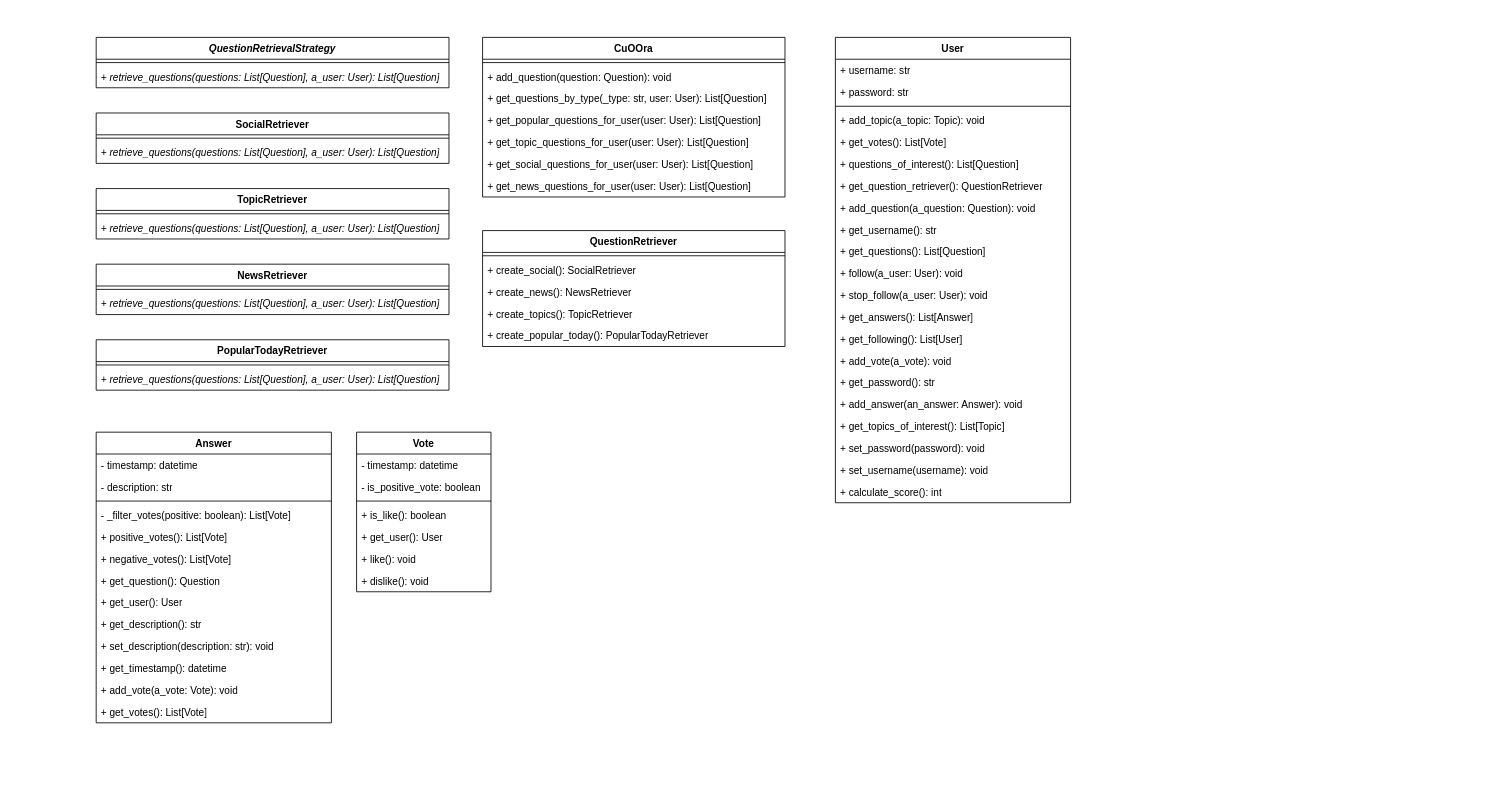
josemicode/boletines-modsis keeps this draw.io diagram as practica3/Practica3.drawio. Above is the earlier version. Source tidied: cells renumbered, new cells numbered last; positions are measured from the earlier drawing's top-left corner, leaving out a move shared by most shapes. Both pictures are drawn from the tidied source at 84%, with x=0, y=0 at pixel (96, 37).
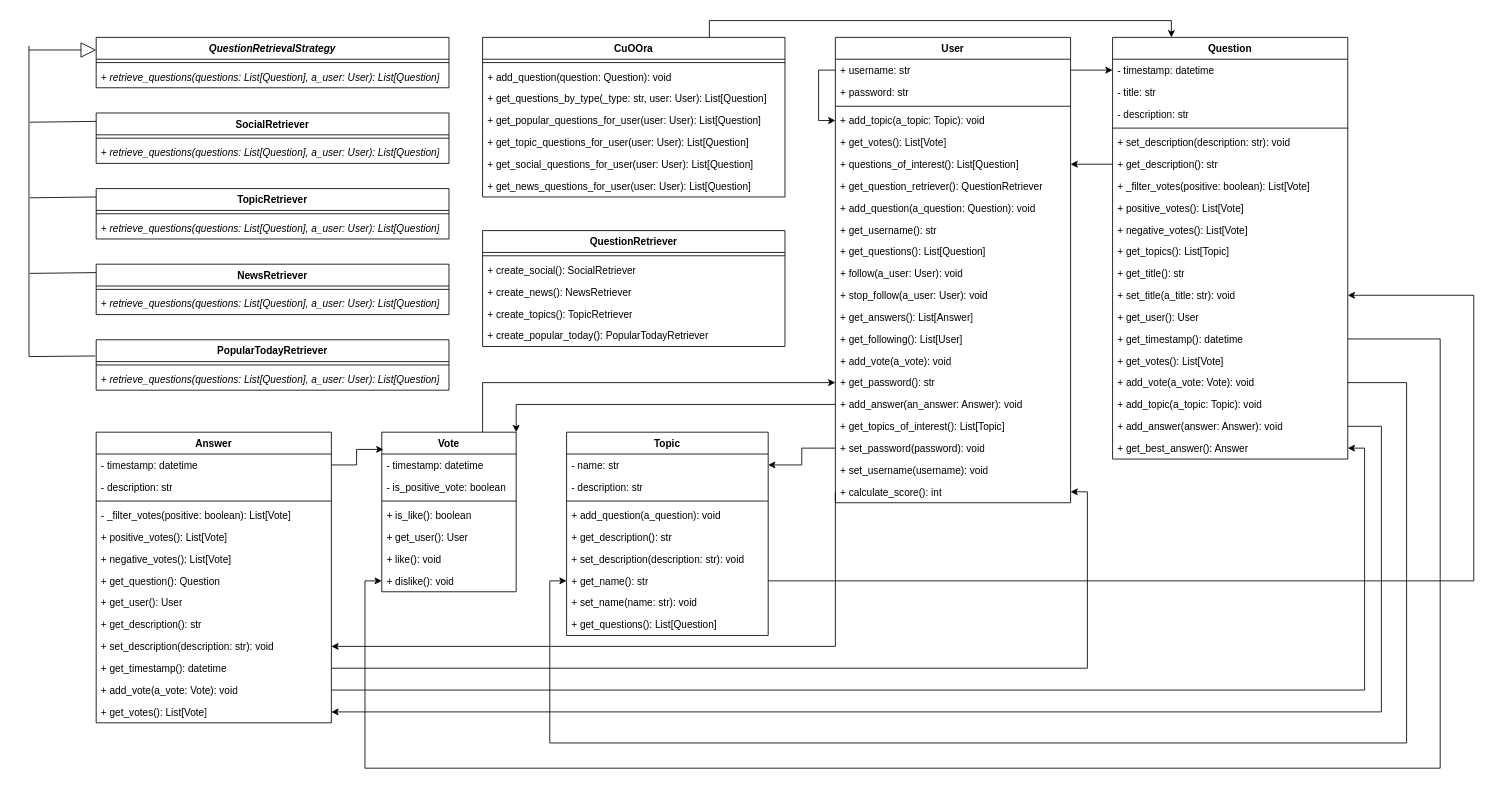
The same page after the edit.

The change refers to these unchanged cells:
```xml
<mxCell id="2" value="CuOOra" style="swimlane;fontStyle=1;align=center;verticalAlign=top;horizontal=1;startSize=26;whiteSpace=wrap;html=1;" parent="1" vertex="1">
  <mxGeometry x="460" width="360" height="190" as="geometry" />
</mxCell>
<mxCell id="10" value="&lt;i&gt;QuestionRetrievalStrategy&lt;/i&gt;" style="swimlane;fontStyle=1;align=center;verticalAlign=top;horizontal=1;startSize=26;whiteSpace=wrap;html=1;" parent="1" vertex="1">
  <mxGeometry width="420" height="60" as="geometry" />
</mxCell>
<mxCell id="22" value="PopularTodayRetriever" style="swimlane;fontStyle=1;align=center;verticalAlign=top;horizontal=1;startSize=26;whiteSpace=wrap;html=1;" parent="1" vertex="1">
  <mxGeometry y="360" width="420" height="60" as="geometry" />
</mxCell>
<mxCell id="32" value="- timestamp: datetime" style="text;strokeColor=none;fillColor=none;align=left;verticalAlign=top;spacingLeft=4;spacingRight=4;overflow=hidden;points=[[0,0.5],[1,0.5]];portConstraint=eastwest;whiteSpace=wrap;html=1;" parent="31" vertex="1">
  <mxGeometry y="26" width="280" height="26" as="geometry" />
</mxCell>
<mxCell id="41" value="+ set_description(description: str): void" style="text;strokeColor=none;fillColor=none;align=left;verticalAlign=top;spacingLeft=4;spacingRight=4;overflow=hidden;points=[[0,0.5],[1,0.5]];portConstraint=eastwest;whiteSpace=wrap;html=1;" parent="31" vertex="1">
  <mxGeometry y="242" width="280" height="26" as="geometry" />
</mxCell>
<mxCell id="42" value="+ get_timestamp(): datetime" style="text;strokeColor=none;fillColor=none;align=left;verticalAlign=top;spacingLeft=4;spacingRight=4;overflow=hidden;points=[[0,0.5],[1,0.5]];portConstraint=eastwest;whiteSpace=wrap;html=1;" parent="31" vertex="1">
  <mxGeometry y="268" width="280" height="26" as="geometry" />
</mxCell>
<mxCell id="43" value="+ add_vote(a_vote: Vote): void" style="text;strokeColor=none;fillColor=none;align=left;verticalAlign=top;spacingLeft=4;spacingRight=4;overflow=hidden;points=[[0,0.5],[1,0.5]];portConstraint=eastwest;whiteSpace=wrap;html=1;" parent="31" vertex="1">
  <mxGeometry y="294" width="280" height="26" as="geometry" />
</mxCell>
<mxCell id="44" value="+ get_votes(): List[Vote]" style="text;strokeColor=none;fillColor=none;align=left;verticalAlign=top;spacingLeft=4;spacingRight=4;overflow=hidden;points=[[0,0.5],[1,0.5]];portConstraint=eastwest;whiteSpace=wrap;html=1;" parent="31" vertex="1">
  <mxGeometry y="320" width="280" height="26" as="geometry" />
</mxCell>
<mxCell id="45" value="User" style="swimlane;fontStyle=1;align=center;verticalAlign=top;horizontal=1;startSize=26;whiteSpace=wrap;html=1;" parent="1" vertex="1">
  <mxGeometry x="880" width="280" height="554" as="geometry" />
</mxCell>
<mxCell id="46" value="+ username: str" style="text;strokeColor=none;fillColor=none;align=left;verticalAlign=top;spacingLeft=4;spacingRight=4;overflow=hidden;points=[[0,0.5],[1,0.5]];portConstraint=eastwest;whiteSpace=wrap;html=1;" parent="45" vertex="1">
  <mxGeometry y="26" width="280" height="26" as="geometry" />
</mxCell>
<mxCell id="49" value="+&amp;nbsp;add_topic(a_topic: Topic): void" style="text;strokeColor=none;fillColor=none;align=left;verticalAlign=top;spacingLeft=4;spacingRight=4;overflow=hidden;points=[[0,0.5],[1,0.5]];portConstraint=eastwest;whiteSpace=wrap;html=1;" parent="45" vertex="1">
  <mxGeometry y="86" width="280" height="26" as="geometry" />
</mxCell>
<mxCell id="51" value="+&amp;nbsp;questions_of_interest(): List[Question]" style="text;strokeColor=none;fillColor=none;align=left;verticalAlign=top;spacingLeft=4;spacingRight=4;overflow=hidden;points=[[0,0.5],[1,0.5]];portConstraint=eastwest;whiteSpace=wrap;html=1;" parent="45" vertex="1">
  <mxGeometry y="138" width="280" height="26" as="geometry" />
</mxCell>
<mxCell id="61" value="+ get_password(): str" style="text;strokeColor=none;fillColor=none;align=left;verticalAlign=top;spacingLeft=4;spacingRight=4;overflow=hidden;points=[[0,0.5],[1,0.5]];portConstraint=eastwest;whiteSpace=wrap;html=1;" parent="45" vertex="1">
  <mxGeometry y="398" width="280" height="26" as="geometry" />
</mxCell>
<mxCell id="62" value="+&amp;nbsp;add_answer(an_answer: Answer): void" style="text;strokeColor=none;fillColor=none;align=left;verticalAlign=top;spacingLeft=4;spacingRight=4;overflow=hidden;points=[[0,0.5],[1,0.5]];portConstraint=eastwest;whiteSpace=wrap;html=1;" parent="45" vertex="1">
  <mxGeometry y="424" width="280" height="26" as="geometry" />
</mxCell>
<mxCell id="64" value="+&amp;nbsp;set_password(password): void" style="text;strokeColor=none;fillColor=none;align=left;verticalAlign=top;spacingLeft=4;spacingRight=4;overflow=hidden;points=[[0,0.5],[1,0.5]];portConstraint=eastwest;whiteSpace=wrap;html=1;" parent="45" vertex="1">
  <mxGeometry y="476" width="280" height="26" as="geometry" />
</mxCell>
<mxCell id="66" value="+&amp;nbsp;calculate_score(): int" style="text;strokeColor=none;fillColor=none;align=left;verticalAlign=top;spacingLeft=4;spacingRight=4;overflow=hidden;points=[[0,0.5],[1,0.5]];portConstraint=eastwest;whiteSpace=wrap;html=1;" parent="45" vertex="1">
  <mxGeometry y="528" width="280" height="26" as="geometry" />
</mxCell>
<mxCell id="74" value="+ dislike(): void" style="text;strokeColor=none;fillColor=none;align=left;verticalAlign=top;spacingLeft=4;spacingRight=4;overflow=hidden;points=[[0,0.5],[1,0.5]];portConstraint=eastwest;whiteSpace=wrap;html=1;" parent="67" vertex="1">
  <mxGeometry y="164" width="160" height="26" as="geometry" />
</mxCell>
```

What changed in the source:
```diff
@@
+    <mxCell id="75" style="edgeStyle=orthogonalEdgeStyle;rounded=0;jettySize=auto;html=1;exitX=0.75;exitY=0;exitDx=0;exitDy=0;entryX=0.25;entryY=0;entryDx=0;entryDy=0;" parent="1" edge="1" source="2" target="78">
+      <mxGeometry relative="1" as="geometry" />
+    </mxCell>
@@
+    <mxCell id="76" style="edgeStyle=orthogonalEdgeStyle;rounded=0;jettySize=auto;html=1;exitX=0;exitY=0.5;exitDx=0;exitDy=0;entryX=0;entryY=0.5;entryDx=0;entryDy=0;" parent="45" edge="1" source="46" target="49">
+      <mxGeometry relative="1" as="geometry" />
+    </mxCell>
@@
+    <mxCell id="77" style="edgeStyle=orthogonalEdgeStyle;rounded=0;jettySize=auto;html=1;exitX=0.75;exitY=0;exitDx=0;exitDy=0;entryX=0;entryY=0.5;entryDx=0;entryDy=0;" parent="1" edge="1" source="67" target="61">
+      <mxGeometry relative="1" as="geometry" />
+    </mxCell>
     <mxCell id="67" value="Vote" style="swimlane;fontStyle=1;align=center;verticalAlign=top;horizontal=1;startSize=26;whiteSpace=wrap;html=1;" parent="1" vertex="1">
-      <mxGeometry x="310" y="470" width="160" height="190" as="geometry" />
+      <mxGeometry x="340" y="470" width="160" height="190" as="geometry" />
     </mxCell>
@@
+    <mxCell id="78" value="Question" style="swimlane;fontStyle=1;align=center;verticalAlign=top;horizontal=1;startSize=26;whiteSpace=wrap;html=1;" parent="1" vertex="1">
+      <mxGeometry x="1210" width="280" height="502" as="geometry" />
+    </mxCell>
+    <mxCell id="79" value="- timestamp: datetime" style="text;strokeColor=none;fillColor=none;align=left;verticalAlign=top;spacingLeft=4;spacingRight=4;overflow=hidden;points=[[0,0.5],[1,0.5]];portConstraint=eastwest;whiteSpace=wrap;html=1;" parent="78" vertex="1">
+      <mxGeometry y="26" width="280" height="26" as="geometry" />
+    </mxCell>
+    <mxCell id="80" value="- title: str" style="text;strokeColor=none;fillColor=none;align=left;verticalAlign=top;spacingLeft=4;spacingRight=4;overflow=hidden;whiteSpace=wrap;html=1;" parent="78" vertex="1">
+      <mxGeometry y="52" width="280" height="26" as="geometry" />
+    </mxCell>
+    <mxCell id="81" value="- description: str" style="text;strokeColor=none;fillColor=none;align=left;verticalAlign=top;spacingLeft=4;spacingRight=4;overflow=hidden;whiteSpace=wrap;html=1;" parent="78" vertex="1">
+      <mxGeometry y="78" width="280" height="26" as="geometry" />
+    </mxCell>
+    <mxCell id="82" style="line;strokeWidth=1;fillColor=none;align=left;verticalAlign=middle;spacingTop=-1;spacingLeft=3;spacingRight=3;labelPosition=right;strokeColor=inherit;" parent="78" vertex="1">
+      <mxGeometry y="104" width="280" height="8" as="geometry" />
+    </mxCell>
+    <mxCell id="83" value="+&amp;nbsp;set_description(description: str): void" style="text;strokeColor=none;fillColor=none;align=left;verticalAlign=top;spacingLeft=4;spacingRight=4;overflow=hidden;whiteSpace=wrap;html=1;" parent="78" vertex="1">
+      <mxGeometry y="112" width="280" height="26" as="geometry" />
+    </mxCell>
+    <mxCell id="84" value="+&amp;nbsp;get_description(): str" style="text;strokeColor=none;fillColor=none;align=left;verticalAlign=top;spacingLeft=4;spacingRight=4;overflow=hidden;points=[[0,0.5],[1,0.5]];portConstraint=eastwest;whiteSpace=wrap;html=1;" parent="78" vertex="1">
+      <mxGeometry y="138" width="280" height="26" as="geometry" />
+    </mxCell>
+    <mxCell id="85" value="+&amp;nbsp;_filter_votes(positive: boolean): List[Vote]" style="text;strokeColor=none;fillColor=none;align=left;verticalAlign=top;spacingLeft=4;spacingRight=4;overflow=hidden;whiteSpace=wrap;html=1;" parent="78" vertex="1">
+      <mxGeometry y="164" width="280" height="26" as="geometry" />
+    </mxCell>
+    <mxCell id="86" value="+&amp;nbsp;positive_votes(): List[Vote]" style="text;strokeColor=none;fillColor=none;align=left;verticalAlign=top;spacingLeft=4;spacingRight=4;overflow=hidden;whiteSpace=wrap;html=1;" parent="78" vertex="1">
+      <mxGeometry y="190" width="280" height="26" as="geometry" />
+    </mxCell>
+    <mxCell id="87" value="+ negative_votes(): List[Vote]" style="text;strokeColor=none;fillColor=none;align=left;verticalAlign=top;spacingLeft=4;spacingRight=4;overflow=hidden;whiteSpace=wrap;html=1;" parent="78" vertex="1">
+      <mxGeometry y="216" width="280" height="26" as="geometry" />
+    </mxCell>
+    <mxCell id="88" value="+&amp;nbsp;get_topics(): List[Topic]" style="text;strokeColor=none;fillColor=none;align=left;verticalAlign=top;spacingLeft=4;spacingRight=4;overflow=hidden;whiteSpace=wrap;html=1;" parent="78" vertex="1">
+      <mxGeometry y="242" width="280" height="26" as="geometry" />
+    </mxCell>
+    <mxCell id="89" value="+ get_title(): str" style="text;strokeColor=none;fillColor=none;align=left;verticalAlign=top;spacingLeft=4;spacingRight=4;overflow=hidden;whiteSpace=wrap;html=1;" parent="78" vertex="1">
+      <mxGeometry y="268" width="280" height="26" as="geometry" />
+    </mxCell>
+    <mxCell id="90" value="+&amp;nbsp;set_title(a_title: str): void" style="text;strokeColor=none;fillColor=none;align=left;verticalAlign=top;spacingLeft=4;spacingRight=4;overflow=hidden;points=[[0,0.5],[1,0.5]];portConstraint=eastwest;whiteSpace=wrap;html=1;" parent="78" vertex="1">
+      <mxGeometry y="294" width="280" height="26" as="geometry" />
+    </mxCell>
+    <mxCell id="91" value="+ get_user(): User" style="text;strokeColor=none;fillColor=none;align=left;verticalAlign=top;spacingLeft=4;spacingRight=4;overflow=hidden;whiteSpace=wrap;html=1;" parent="78" vertex="1">
+      <mxGeometry y="320" width="280" height="26" as="geometry" />
+    </mxCell>
+    <mxCell id="92" value="+&amp;nbsp;get_timestamp(): datetime" style="text;strokeColor=none;fillColor=none;align=left;verticalAlign=top;spacingLeft=4;spacingRight=4;overflow=hidden;points=[[0,0.5],[1,0.5]];portConstraint=eastwest;whiteSpace=wrap;html=1;" parent="78" vertex="1">
+      <mxGeometry y="346" width="280" height="26" as="geometry" />
+    </mxCell>
+    <mxCell id="93" value="+&amp;nbsp;get_votes(): List[Vote]" style="text;strokeColor=none;fillColor=none;align=left;verticalAlign=top;spacingLeft=4;spacingRight=4;overflow=hidden;whiteSpace=wrap;html=1;" parent="78" vertex="1">
+      <mxGeometry y="372" width="280" height="26" as="geometry" />
+    </mxCell>
+    <mxCell id="94" value="+ add_vote(a_vote: Vote): void" style="text;strokeColor=none;fillColor=none;align=left;verticalAlign=top;spacingLeft=4;spacingRight=4;overflow=hidden;points=[[0,0.5],[1,0.5]];portConstraint=eastwest;whiteSpace=wrap;html=1;" parent="78" vertex="1">
+      <mxGeometry y="398" width="280" height="26" as="geometry" />
+    </mxCell>
+    <mxCell id="95" value="+ add_topic(a_topic: Topic): void" style="text;strokeColor=none;fillColor=none;align=left;verticalAlign=top;spacingLeft=4;spacingRight=4;overflow=hidden;whiteSpace=wrap;html=1;" parent="78" vertex="1">
+      <mxGeometry y="424" width="280" height="26" as="geometry" />
+    </mxCell>
+    <mxCell id="96" value="+ add_answer(answer: Answer): void" style="text;strokeColor=none;fillColor=none;align=left;verticalAlign=top;spacingLeft=4;spacingRight=4;overflow=hidden;points=[[0,0.5],[1,0.5]];portConstraint=eastwest;whiteSpace=wrap;html=1;" parent="78" vertex="1">
+      <mxGeometry y="450" width="280" height="26" as="geometry" />
+    </mxCell>
+    <mxCell id="97" value="+ get_best_answer(): Answer" style="text;strokeColor=none;fillColor=none;align=left;verticalAlign=top;spacingLeft=4;spacingRight=4;overflow=hidden;points=[[0,0.5],[1,0.5]];portConstraint=eastwest;whiteSpace=wrap;html=1;" parent="78" vertex="1">
+      <mxGeometry y="476" width="280" height="26" as="geometry" />
+    </mxCell>
+    <mxCell id="98" value="Topic" style="swimlane;fontStyle=1;align=center;verticalAlign=top;horizontal=1;startSize=26;whiteSpace=wrap;html=1;" parent="1" vertex="1">
+      <mxGeometry x="560" y="470" width="240" height="242" as="geometry" />
+    </mxCell>
+    <mxCell id="99" value="- name: str" style="text;strokeColor=none;fillColor=none;align=left;verticalAlign=top;spacingLeft=4;spacingRight=4;overflow=hidden;points=[[0,0.5],[1,0.5]];portConstraint=eastwest;whiteSpace=wrap;html=1;" parent="98" vertex="1">
+      <mxGeometry y="26" width="240" height="26" as="geometry" />
+    </mxCell>
+    <mxCell id="100" value="- description: str" style="text;strokeColor=none;fillColor=none;align=left;verticalAlign=top;spacingLeft=4;spacingRight=4;overflow=hidden;whiteSpace=wrap;html=1;" parent="98" vertex="1">
+      <mxGeometry y="52" width="240" height="26" as="geometry" />
+    </mxCell>
+    <mxCell id="101" style="line;strokeWidth=1;fillColor=none;align=left;verticalAlign=middle;spacingTop=-1;spacingLeft=3;spacingRight=3;labelPosition=right;strokeColor=inherit;" parent="98" vertex="1">
+      <mxGeometry y="78" width="240" height="8" as="geometry" />
+    </mxCell>
+    <mxCell id="102" value="+ add_question(a_question): void" style="text;strokeColor=none;fillColor=none;align=left;verticalAlign=top;spacingLeft=4;spacingRight=4;overflow=hidden;whiteSpace=wrap;html=1;" parent="98" vertex="1">
+      <mxGeometry y="86" width="240" height="26" as="geometry" />
+    </mxCell>
+    <mxCell id="103" value="+ get_description(): str" style="text;strokeColor=none;fillColor=none;align=left;verticalAlign=top;spacingLeft=4;spacingRight=4;overflow=hidden;whiteSpace=wrap;html=1;" parent="98" vertex="1">
+      <mxGeometry y="112" width="240" height="26" as="geometry" />
+    </mxCell>
+    <mxCell id="104" value="+ set_description(description: str): void" style="text;strokeColor=none;fillColor=none;align=left;verticalAlign=top;spacingLeft=4;spacingRight=4;overflow=hidden;whiteSpace=wrap;html=1;" parent="98" vertex="1">
+      <mxGeometry y="138" width="240" height="26" as="geometry" />
+    </mxCell>
+    <mxCell id="105" value="+ get_name(): str" style="text;strokeColor=none;fillColor=none;align=left;verticalAlign=top;spacingLeft=4;spacingRight=4;overflow=hidden;points=[[0,0.5],[1,0.5]];portConstraint=eastwest;whiteSpace=wrap;html=1;" parent="98" vertex="1">
+      <mxGeometry y="164" width="240" height="26" as="geometry" />
+    </mxCell>
+    <mxCell id="106" value="+ set_name(name: str): void" style="text;strokeColor=none;fillColor=none;align=left;verticalAlign=top;spacingLeft=4;spacingRight=4;overflow=hidden;whiteSpace=wrap;html=1;" parent="98" vertex="1">
+      <mxGeometry y="190" width="240" height="26" as="geometry" />
+    </mxCell>
+    <mxCell id="107" value="+ get_questions(): List[Question]" style="text;strokeColor=none;fillColor=none;align=left;verticalAlign=top;spacingLeft=4;spacingRight=4;overflow=hidden;whiteSpace=wrap;html=1;" parent="98" vertex="1">
+      <mxGeometry y="216" width="240" height="26" as="geometry" />
+    </mxCell>
+    <mxCell id="108" style="endArrow=block;endSize=16;endFill=0;html=1;rounded=0;entryX=0;entryY=0.25;entryDx=0;entryDy=0;" parent="1" edge="1" target="10">
+      <mxGeometry relative="1" as="geometry">
+        <mxPoint x="-80" y="15" as="sourcePoint" />
+      </mxGeometry>
+    </mxCell>
+    <mxCell id="109" style="endArrow=none;html=1;rounded=0;" parent="1" edge="1">
+      <mxGeometry relative="1" as="geometry">
+        <mxPoint x="-80" y="380" as="sourcePoint" />
+        <mxPoint x="-80" y="10" as="targetPoint" />
+      </mxGeometry>
+    </mxCell>
+    <mxCell id="110" style="endArrow=none;html=1;rounded=0;entryX=-0.003;entryY=0.321;entryDx=0;entryDy=0;entryPerimeter=0;" parent="1" edge="1" target="22">
+      <mxGeometry relative="1" as="geometry">
+        <mxPoint x="-80" y="380" as="sourcePoint" />
+      </mxGeometry>
+    </mxCell>
+    <mxCell id="111" style="endArrow=none;html=1;rounded=0;entryX=-0.003;entryY=0.321;entryDx=0;entryDy=0;entryPerimeter=0;" parent="1" edge="1">
+      <mxGeometry relative="1" as="geometry">
+        <mxPoint x="-79" y="281" as="sourcePoint" />
+        <mxPoint y="280" as="targetPoint" />
+      </mxGeometry>
+    </mxCell>
+    <mxCell id="112" style="endArrow=none;html=1;rounded=0;entryX=-0.003;entryY=0.321;entryDx=0;entryDy=0;entryPerimeter=0;" parent="1" edge="1">
+      <mxGeometry relative="1" as="geometry">
+        <mxPoint x="-79" y="101" as="sourcePoint" />
+        <mxPoint y="100" as="targetPoint" />
+      </mxGeometry>
+    </mxCell>
+    <mxCell id="113" style="endArrow=none;html=1;rounded=0;entryX=-0.003;entryY=0.321;entryDx=0;entryDy=0;entryPerimeter=0;" parent="1" edge="1">
+      <mxGeometry relative="1" as="geometry">
+        <mxPoint x="-79" y="191" as="sourcePoint" />
+        <mxPoint y="190" as="targetPoint" />
+      </mxGeometry>
+    </mxCell>
+    <mxCell id="114" style="edgeStyle=orthogonalEdgeStyle;rounded=0;jettySize=auto;html=1;exitX=1;exitY=0.5;exitDx=0;exitDy=0;entryX=0.012;entryY=0.108;entryDx=0;entryDy=0;entryPerimeter=0;" parent="1" edge="1" source="32" target="67">
+      <mxGeometry relative="1" as="geometry" />
+    </mxCell>
+    <mxCell id="115" style="edgeStyle=orthogonalEdgeStyle;rounded=0;jettySize=auto;html=1;exitX=1;exitY=0.5;exitDx=0;exitDy=0;entryX=1;entryY=0.5;entryDx=0;entryDy=0;" parent="1" edge="1" source="43" target="97">
+      <mxGeometry relative="1" as="geometry" />
+    </mxCell>
+    <mxCell id="116" style="edgeStyle=orthogonalEdgeStyle;rounded=0;jettySize=auto;html=1;exitX=1;exitY=0.5;exitDx=0;exitDy=0;entryX=1;entryY=0.5;entryDx=0;entryDy=0;" parent="1" edge="1" source="42" target="66">
+      <mxGeometry relative="1" as="geometry" />
+    </mxCell>
+    <mxCell id="117" style="edgeStyle=orthogonalEdgeStyle;rounded=0;jettySize=auto;html=1;exitX=1;exitY=0.5;exitDx=0;exitDy=0;entryX=0;entryY=0.5;entryDx=0;entryDy=0;" parent="1" edge="1" source="46" target="79">
+      <mxGeometry relative="1" as="geometry" />
+    </mxCell>
+    <mxCell id="118" style="edgeStyle=orthogonalEdgeStyle;rounded=0;jettySize=auto;html=1;exitX=0;exitY=0.5;exitDx=0;exitDy=0;entryX=1;entryY=0.5;entryDx=0;entryDy=0;" parent="1" edge="1" source="66" target="41">
+      <mxGeometry relative="1" as="geometry">
+        <Array as="points">
+          <mxPoint x="880" y="725" />
+        </Array>
+      </mxGeometry>
+    </mxCell>
+    <mxCell id="119" style="edgeStyle=orthogonalEdgeStyle;rounded=0;jettySize=auto;html=1;exitX=0;exitY=0.5;exitDx=0;exitDy=0;entryX=1;entryY=0.5;entryDx=0;entryDy=0;" parent="1" edge="1" source="64" target="99">
+      <mxGeometry relative="1" as="geometry" />
+    </mxCell>
+    <mxCell id="120" style="edgeStyle=orthogonalEdgeStyle;rounded=0;jettySize=auto;html=1;exitX=0;exitY=0.5;exitDx=0;exitDy=0;entryX=1;entryY=0;entryDx=0;entryDy=0;" parent="1" edge="1" source="62" target="67">
+      <mxGeometry relative="1" as="geometry" />
+    </mxCell>
+    <mxCell id="121" style="edgeStyle=orthogonalEdgeStyle;rounded=0;jettySize=auto;html=1;exitX=1;exitY=0.5;exitDx=0;exitDy=0;entryX=1;entryY=0.5;entryDx=0;entryDy=0;" parent="1" edge="1" source="96" target="44">
+      <mxGeometry relative="1" as="geometry">
+        <Array as="points">
+          <mxPoint x="1530" y="463" />
+          <mxPoint x="1530" y="803" />
+        </Array>
+      </mxGeometry>
+    </mxCell>
+    <mxCell id="122" style="edgeStyle=orthogonalEdgeStyle;rounded=0;jettySize=auto;html=1;exitX=1;exitY=0.5;exitDx=0;exitDy=0;entryX=0;entryY=0.5;entryDx=0;entryDy=0;" parent="1" edge="1" source="92" target="74">
+      <mxGeometry relative="1" as="geometry">
+        <Array as="points">
+          <mxPoint x="1600" y="359" />
+          <mxPoint x="1600" y="870" />
+          <mxPoint x="320" y="870" />
+          <mxPoint x="320" y="647" />
+        </Array>
+      </mxGeometry>
+    </mxCell>
+    <mxCell id="123" style="edgeStyle=orthogonalEdgeStyle;rounded=0;jettySize=auto;html=1;exitX=0;exitY=0.5;exitDx=0;exitDy=0;entryX=1;entryY=0.5;entryDx=0;entryDy=0;" parent="1" edge="1" source="84" target="51">
+      <mxGeometry relative="1" as="geometry" />
+    </mxCell>
+    <mxCell id="124" style="edgeStyle=orthogonalEdgeStyle;rounded=0;jettySize=auto;html=1;exitX=1;exitY=0.5;exitDx=0;exitDy=0;entryX=0;entryY=0.5;entryDx=0;entryDy=0;" parent="1" edge="1" source="94" target="105">
+      <mxGeometry relative="1" as="geometry">
+        <Array as="points">
+          <mxPoint x="1560" y="411" />
+          <mxPoint x="1560" y="840" />
+          <mxPoint x="540" y="840" />
+          <mxPoint x="540" y="647" />
+        </Array>
+      </mxGeometry>
+    </mxCell>
+    <mxCell id="125" style="edgeStyle=orthogonalEdgeStyle;rounded=0;jettySize=auto;html=1;exitX=1;exitY=0.5;exitDx=0;exitDy=0;entryX=1;entryY=0.5;entryDx=0;entryDy=0;" parent="1" edge="1" source="105" target="90">
+      <mxGeometry relative="1" as="geometry">
+        <Array as="points">
+          <mxPoint x="1640" y="647" />
+          <mxPoint x="1640" y="307" />
+        </Array>
+      </mxGeometry>
+    </mxCell>
```
